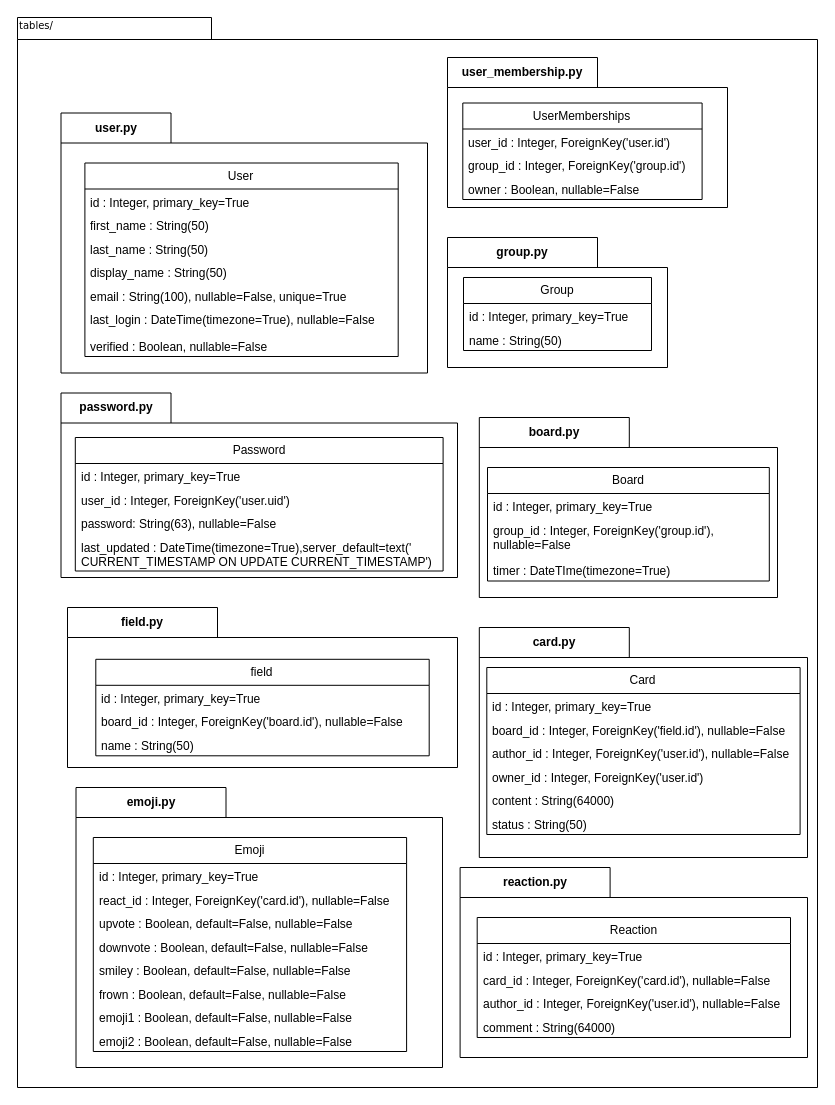
Earlier version of the draw.io diagram .diagrams/.be/tables-folder.drawio (Bilgecrank/hindsite). Source tidied: cells renumbered, new cells numbered last; positions are measured from the earlier drawing's top-left corner, leaving out a move shared by most shapes. Both pictures are drawn from the tidied source at 100%, with x=0, y=0 at pixel (17, 17).
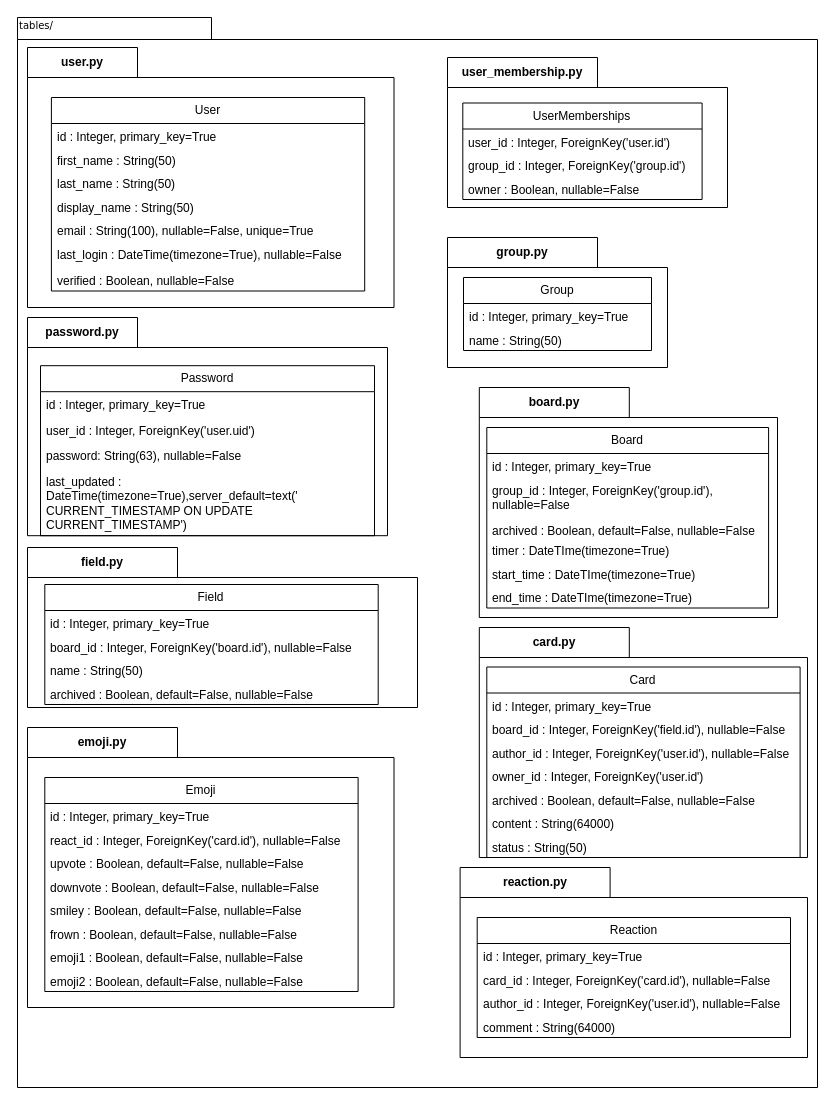
After the change.

Unchanged cells that the change refers to:
```xml
<mxCell id="44" value="card.py" style="shape=folder;fontStyle=1;tabWidth=150;tabHeight=30;tabPosition=left;html=1;boundedLbl=1;labelInHeader=1;whiteSpace=wrap;" parent="1" vertex="1">
  <mxGeometry x="461.8" y="610" width="328.2" height="230" as="geometry" />
</mxCell>
```

Diff of the diagram source:
```diff
@@
     <mxCell id="4" value="user.py" style="shape=folder;fontStyle=1;tabWidth=110;tabHeight=30;tabPosition=left;html=1;boundedLbl=1;labelInHeader=1;whiteSpace=wrap;" parent="1" vertex="1">
-      <mxGeometry x="43.5" y="95.5" width="366.5" height="260" as="geometry" />
+      <mxGeometry x="10" y="30" width="366.5" height="260" as="geometry" />
     </mxCell>
@@
     <mxCell id="14" value="password.py" style="shape=folder;fontStyle=1;tabWidth=110;tabHeight=30;tabPosition=left;html=1;boundedLbl=1;labelInHeader=1;whiteSpace=wrap;" parent="1" vertex="1">
-      <mxGeometry x="43.5" y="375.5" width="396.5" height="184.5" as="geometry" />
+      <mxGeometry x="10" y="300" width="360" height="218.2" as="geometry" />
     </mxCell>
     <mxCell id="15" style="html=1;strokeColor=none;fillColor=none;whiteSpace=wrap;" parent="14" vertex="1">
-      <mxGeometry width="396.5" height="98.6" relative="1" as="geometry">
+      <mxGeometry width="360" height="106.89" relative="1" as="geometry">
         <mxPoint y="30" as="offset" />
       </mxGeometry>
     </mxCell>
     <mxCell id="16" value="Password" style="swimlane;fontStyle=0;horizontal=1;startSize=26;fillColor=none;whiteSpace=wrap;html=1;" parent="14" vertex="1">
-      <mxGeometry x="14.3" y="44.5" width="367.8" height="133.5" as="geometry" />
+      <mxGeometry x="13" y="48.2" width="334" height="170" as="geometry" />
     </mxCell>
     <mxCell id="17" value="id : Integer, primary_key=True" style="text;strokeColor=none;fillColor=none;align=left;verticalAlign=top;spacingLeft=4;spacingRight=4;overflow=hidden;whiteSpace=wrap;html=1;" parent="16" vertex="1">
-      <mxGeometry y="26" width="367.8" height="23.5" as="geometry" />
+      <mxGeometry y="26" width="334" height="25.5" as="geometry" />
     </mxCell>
     <mxCell id="18" value="user_id : Integer,&amp;nbsp;ForeignKey('user.uid')" style="text;strokeColor=none;fillColor=none;align=left;verticalAlign=top;spacingLeft=4;spacingRight=4;overflow=hidden;whiteSpace=wrap;html=1;" parent="16" vertex="1">
-      <mxGeometry y="49.5" width="367.8" height="23.5" as="geometry" />
+      <mxGeometry y="51.5" width="334" height="25.5" as="geometry" />
     </mxCell>
     <mxCell id="19" value="password: String(63), nullable=False" style="text;strokeColor=none;fillColor=none;align=left;verticalAlign=top;spacingLeft=4;spacingRight=4;overflow=hidden;whiteSpace=wrap;html=1;" parent="16" vertex="1">
-      <mxGeometry y="73" width="367.8" height="23.5" as="geometry" />
+      <mxGeometry y="76.9" width="334" height="25.5" as="geometry" />
     </mxCell>
     <mxCell id="20" value="last_updated : DateTime(timezone=True),server_default=text('&lt;br&gt;CURRENT_TIMESTAMP ON UPDATE CURRENT_TIMESTAMP')" style="text;strokeColor=none;fillColor=none;align=left;verticalAlign=top;spacingLeft=4;spacingRight=4;overflow=hidden;whiteSpace=wrap;html=1;" parent="16" vertex="1">
-      <mxGeometry y="96.5" width="367.8" height="37" as="geometry" />
+      <mxGeometry y="102.4" width="334" height="67.6" as="geometry" />
     </mxCell>
@@
     <mxCell id="32" value="board.py" style="shape=folder;fontStyle=1;tabWidth=150;tabHeight=30;tabPosition=left;html=1;boundedLbl=1;labelInHeader=1;whiteSpace=wrap;" parent="1" vertex="1">
-      <mxGeometry x="461.8" y="400" width="298.2" height="180" as="geometry" />
+      <mxGeometry x="461.8" y="370" width="298.2" height="230" as="geometry" />
     </mxCell>
     <mxCell id="33" style="html=1;strokeColor=none;fillColor=none;whiteSpace=wrap;" parent="32" vertex="1">
-      <mxGeometry width="298.25" height="99" relative="1" as="geometry">
+      <mxGeometry width="298.25" height="126.5" relative="1" as="geometry">
         <mxPoint y="30" as="offset" />
       </mxGeometry>
     </mxCell>
     <mxCell id="34" value="Board" style="swimlane;fontStyle=0;horizontal=1;startSize=26;fillColor=none;whiteSpace=wrap;html=1;" parent="32" vertex="1">
-      <mxGeometry x="8.2" y="50" width="281.8" height="113.5" as="geometry" />
+      <mxGeometry x="7.5" y="40" width="281.8" height="180.5" as="geometry" />
     </mxCell>
@@
+    <mxCell id="71" value="archived : Boolean, default=False, nullable=False" style="text;strokeColor=none;fillColor=none;align=left;verticalAlign=top;spacingLeft=4;spacingRight=4;overflow=hidden;whiteSpace=wrap;html=1;" parent="34" vertex="1">
+      <mxGeometry y="90" width="281.8" height="20" as="geometry" />
+    </mxCell>
+    <mxCell id="72" value="timer : DateTIme(timezone=True)" style="text;strokeColor=none;fillColor=none;align=left;verticalAlign=top;spacingLeft=4;spacingRight=4;overflow=hidden;whiteSpace=wrap;html=1;" parent="34" vertex="1">
+      <mxGeometry y="110" width="281.8" height="23.5" as="geometry" />
+    </mxCell>
-    <mxCell id="37" value="timer : DateTIme(timezone=True)" style="text;strokeColor=none;fillColor=none;align=left;verticalAlign=top;spacingLeft=4;spacingRight=4;overflow=hidden;whiteSpace=wrap;html=1;" parent="34" vertex="1">
-      <mxGeometry y="90" width="281.8" height="23.5" as="geometry" />
+    <mxCell id="37" value="start_time : DateTIme(timezone=True)" style="text;strokeColor=none;fillColor=none;align=left;verticalAlign=top;spacingLeft=4;spacingRight=4;overflow=hidden;whiteSpace=wrap;html=1;" parent="34" vertex="1">
+      <mxGeometry y="133.5" width="281.8" height="23.5" as="geometry" />
     </mxCell>
+    <mxCell id="73" value="end_time : DateTIme(timezone=True)" style="text;strokeColor=none;fillColor=none;align=left;verticalAlign=top;spacingLeft=4;spacingRight=4;overflow=hidden;whiteSpace=wrap;html=1;" parent="34" vertex="1">
+      <mxGeometry y="157" width="281.8" height="23.5" as="geometry" />
+    </mxCell>
     <mxCell id="38" value="field.py" style="shape=folder;fontStyle=1;tabWidth=150;tabHeight=30;tabPosition=left;html=1;boundedLbl=1;labelInHeader=1;whiteSpace=wrap;" parent="1" vertex="1">
-      <mxGeometry x="50" y="590" width="390" height="160" as="geometry" />
+      <mxGeometry x="10" y="530" width="390" height="160" as="geometry" />
     </mxCell>
@@
-    <mxCell id="40" value="field" style="swimlane;fontStyle=0;horizontal=1;startSize=26;fillColor=none;whiteSpace=wrap;html=1;" parent="38" vertex="1">
-      <mxGeometry x="28.3" y="51.8" width="333.4" height="96.5" as="geometry" />
+    <mxCell id="40" value="Field" style="swimlane;fontStyle=0;horizontal=1;startSize=26;fillColor=none;whiteSpace=wrap;html=1;" parent="38" vertex="1">
+      <mxGeometry x="17.3" y="37" width="333.4" height="120" as="geometry" />
     </mxCell>
@@
+    <mxCell id="74" value="archived : Boolean, default=False, nullable=False" style="text;strokeColor=none;fillColor=none;align=left;verticalAlign=top;spacingLeft=4;spacingRight=4;overflow=hidden;whiteSpace=wrap;html=1;" parent="40" vertex="1">
+      <mxGeometry y="96.5" width="333.4" height="23.5" as="geometry" />
+    </mxCell>
@@
     <mxCell id="46" value="Card" style="swimlane;fontStyle=0;horizontal=1;startSize=26;fillColor=none;whiteSpace=wrap;html=1;" parent="44" vertex="1">
-      <mxGeometry x="7.5" y="40" width="313.3" height="167" as="geometry" />
+      <mxGeometry x="7.5" y="39.5" width="313.3" height="190.5" as="geometry" />
     </mxCell>
@@
+    <mxCell id="75" value="archived : Boolean, default=False, nullable=False" style="text;strokeColor=none;fillColor=none;align=left;verticalAlign=top;spacingLeft=4;spacingRight=4;overflow=hidden;whiteSpace=wrap;html=1;" parent="46" vertex="1">
+      <mxGeometry y="120" width="313.3" height="23.5" as="geometry" />
+    </mxCell>
     <mxCell id="51" value="content : String(64000)" style="text;strokeColor=none;fillColor=none;align=left;verticalAlign=top;spacingLeft=4;spacingRight=4;overflow=hidden;whiteSpace=wrap;html=1;" parent="46" vertex="1">
-      <mxGeometry y="120" width="313.3" height="23.5" as="geometry" />
+      <mxGeometry y="143.5" width="313.3" height="23.5" as="geometry" />
     </mxCell>
     <mxCell id="52" value="status : String(50)" style="text;strokeColor=none;fillColor=none;align=left;verticalAlign=top;spacingLeft=4;spacingRight=4;overflow=hidden;whiteSpace=wrap;html=1;" parent="46" vertex="1">
-      <mxGeometry y="143.5" width="313.3" height="23.5" as="geometry" />
+      <mxGeometry y="167" width="313.3" height="23.5" as="geometry" />
     </mxCell>
@@
     <mxCell id="60" value="emoji.py" style="shape=folder;fontStyle=1;tabWidth=150;tabHeight=30;tabPosition=left;html=1;boundedLbl=1;labelInHeader=1;whiteSpace=wrap;" parent="1" vertex="1">
-      <mxGeometry x="58.5" y="770" width="366.5" height="280" as="geometry" />
+      <mxGeometry x="10" y="710" width="366.5" height="280" as="geometry" />
     </mxCell>
```
